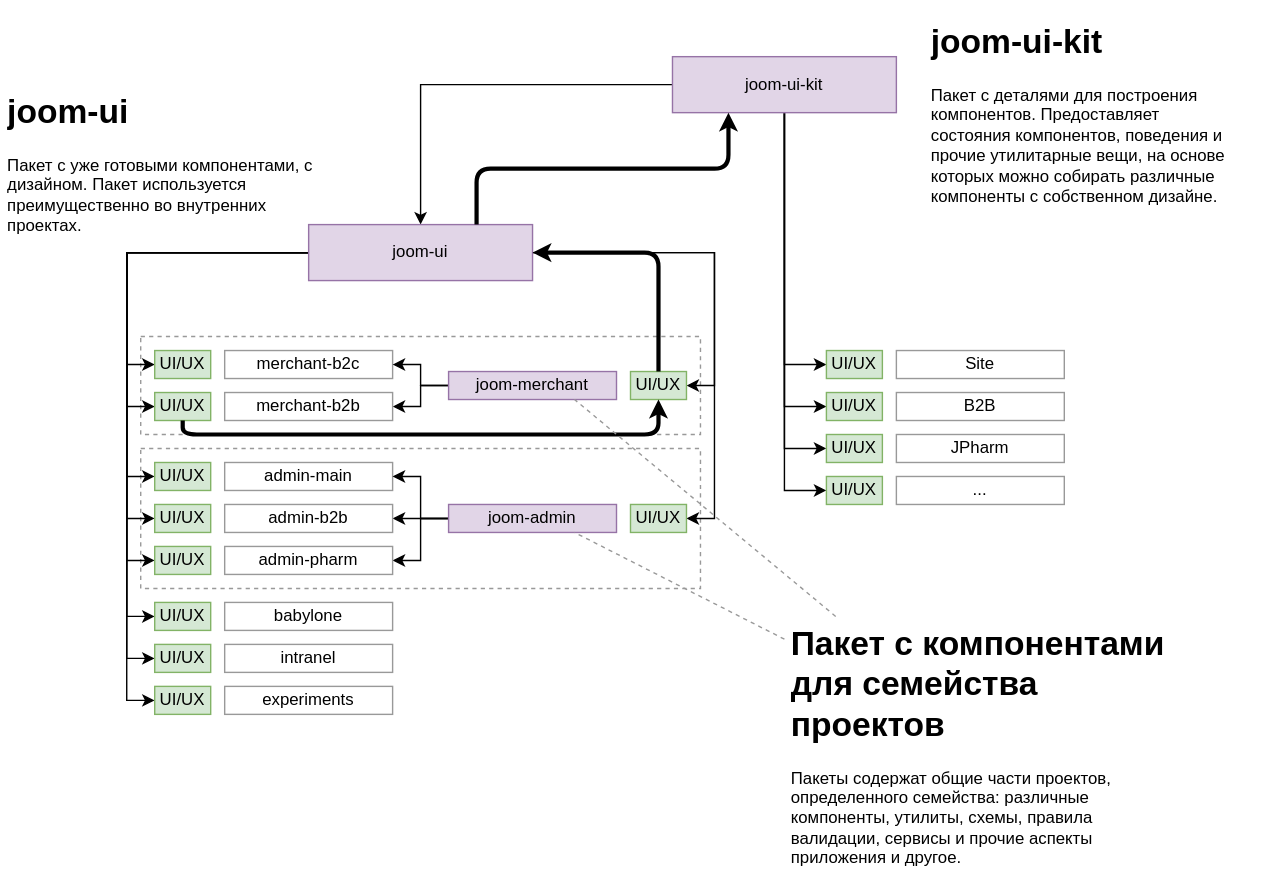
Before: design-system-2.svg, a diagram exported from draw.io (ajile/draw-io). Source tidied: cells renumbered, new cells last; positions are measured from the earlier drawing's top-left corner, leaving out a move shared by most shapes.
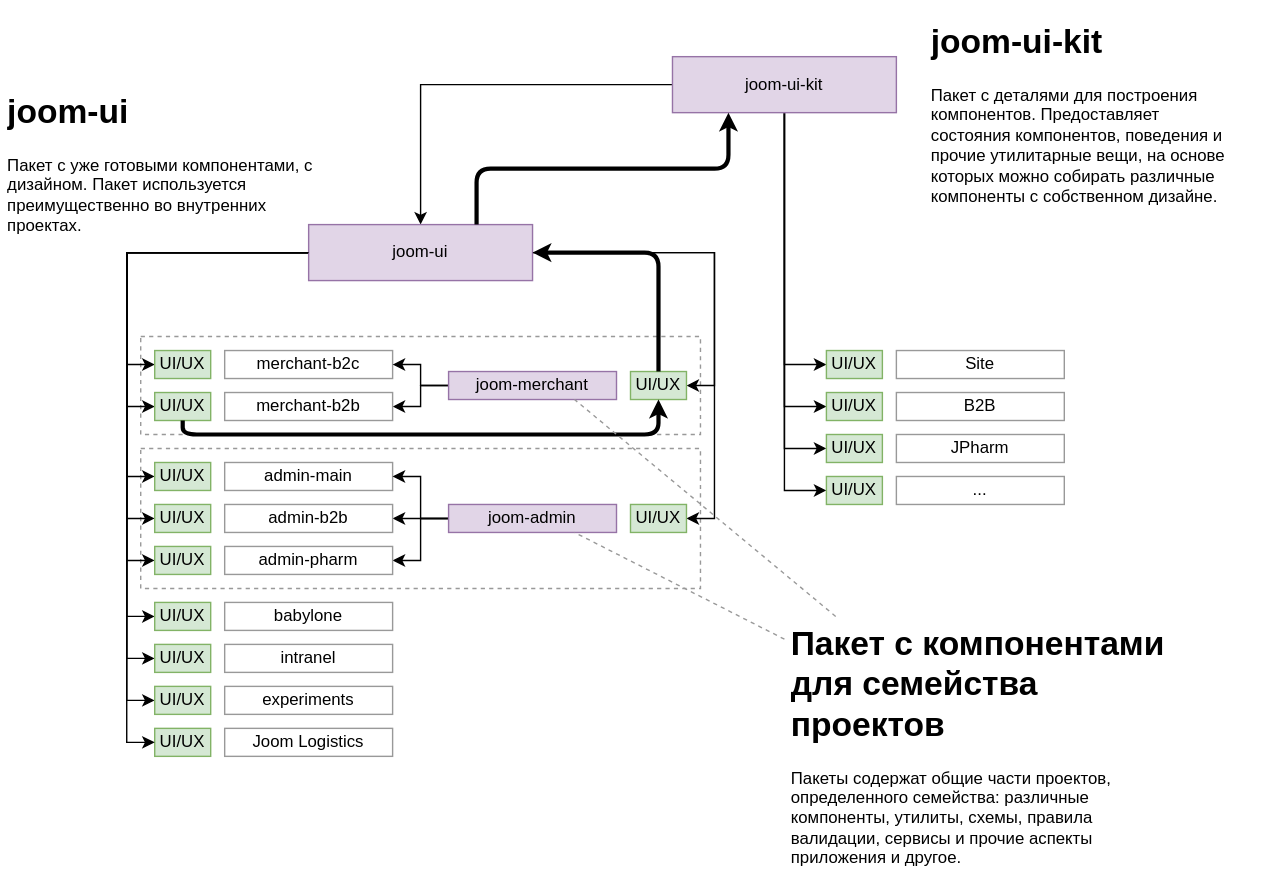
The same diagram one commit later.

The edit, as a diff of the source:
```diff
@@ -164,6 +164,15 @@
     <mxCell id="55" value="UI/UX" style="rounded=0;whiteSpace=wrap;html=1;fillColor=#d5e8d4;strokeColor=#82b366;" parent="1" vertex="1">
       <mxGeometry x="590" y="330" width="40" height="20" as="geometry" />
     </mxCell>
+    <mxCell id="64" value="Joom Logistics" style="rounded=0;whiteSpace=wrap;html=1;strokeColor=#999999;" parent="1" vertex="1">
+      <mxGeometry x="160" y="510" width="120" height="20" as="geometry" />
+    </mxCell>
+    <mxCell id="65" value="UI/UX" style="rounded=0;whiteSpace=wrap;html=1;fillColor=#d5e8d4;strokeColor=#82b366;" parent="1" vertex="1">
+      <mxGeometry x="110" y="510" width="40" height="20" as="geometry" />
+    </mxCell>
+    <mxCell id="66" style="edgeStyle=orthogonalEdgeStyle;rounded=0;jettySize=auto;html=1;entryX=0;entryY=0.5;entryDx=0;entryDy=0;" parent="1" edge="1" source="20" target="65">
+      <mxGeometry relative="1" as="geometry" />
+    </mxCell>
     <mxCell id="56" value="Untitled Layer" parent="0" />
     <mxCell id="57" style="endArrow=classic;html=1;edgeStyle=orthogonalEdgeStyle;entryX=0.5;entryY=1;entryDx=0;entryDy=0;strokeWidth=3;endSize=4;startSize=2;" parent="56" edge="1" source="28" target="26">
       <mxGeometry relative="1" as="geometry">
```
